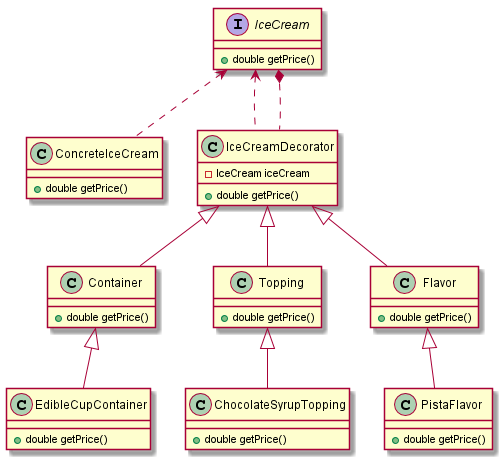
This is contents/topics/design-pattern/imgs/decorator_pattern.png from vishykaranth/vishykaranth.github.io, a PlantUML export, as it was before one commit.
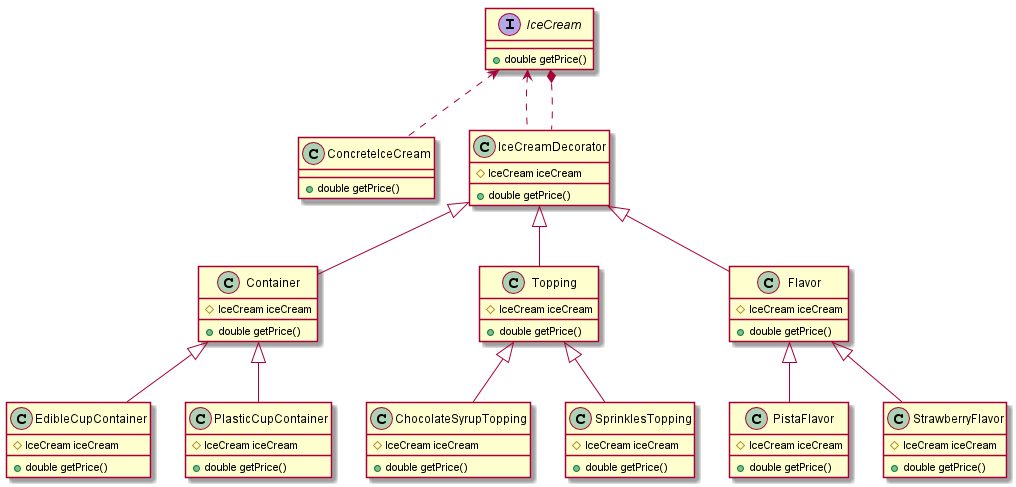
The same diagram one commit later.

Commit message:
Hashtable notes.

What changed in the source:
```diff
@@ -8,7 +8,7 @@
 }
 
 class IceCreamDecorator {
- -IceCream iceCream
+ #IceCream iceCream
  +double getPrice()
 }
 
@@ -20,23 +20,41 @@
 
 
 class Container extends IceCreamDecorator{
+#IceCream iceCream
 +double getPrice()
 }
 class EdibleCupContainer extends Container {
+#IceCream iceCream
++double getPrice()
+}
+class PlasticCupContainer extends Container {
+#IceCream iceCream
 +double getPrice()
 }
 
 class Topping extends IceCreamDecorator{
+#IceCream iceCream
 +double getPrice()
 }
 class ChocolateSyrupTopping extends Topping {
+#IceCream iceCream
++double getPrice()
+}
+class SprinklesTopping extends Topping {
+#IceCream iceCream
 +double getPrice()
 }
 
 class Flavor extends IceCreamDecorator{
+#IceCream iceCream
 +double getPrice()
 }
 class PistaFlavor extends Flavor {
+#IceCream iceCream
++double getPrice()
+}
+class StrawberryFlavor extends Flavor {
+#IceCream iceCream
 +double getPrice()
 }
 
```
